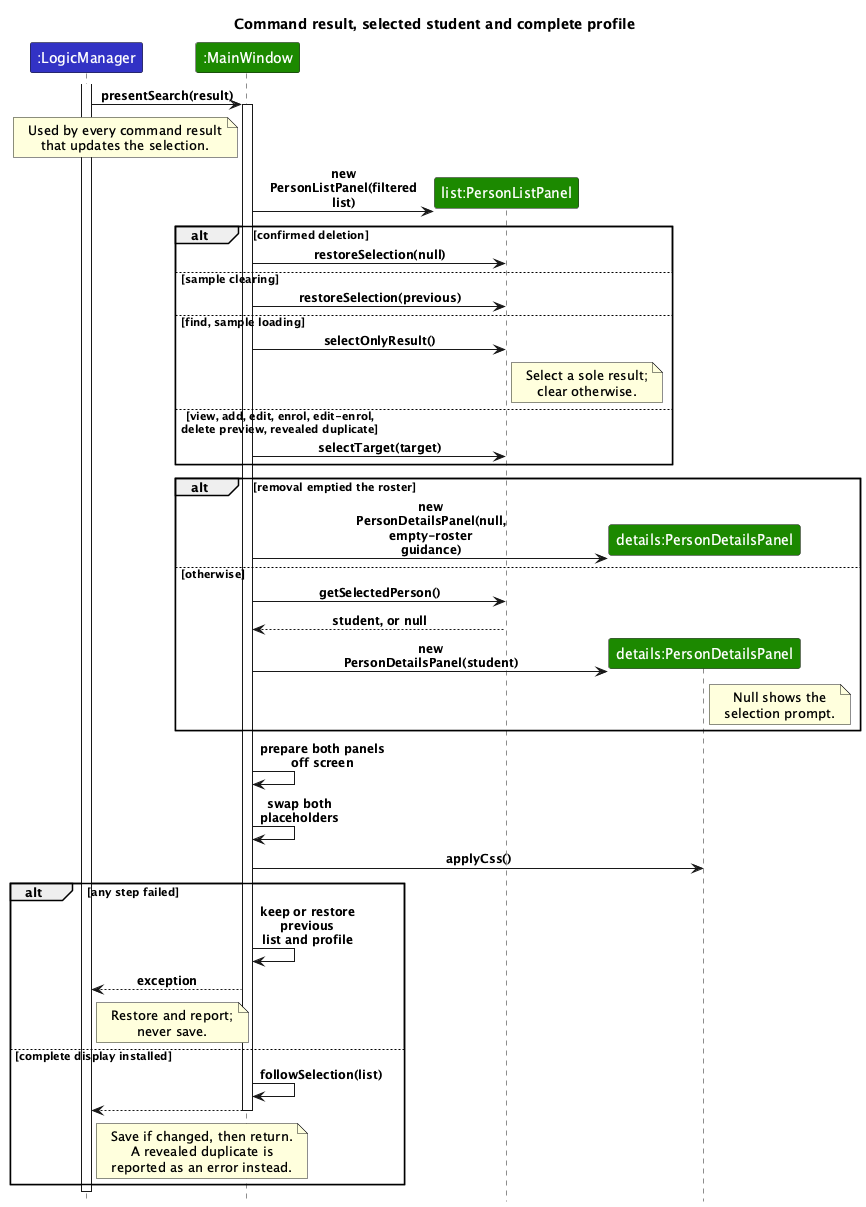
This is docs/images/ProfilePresentationSequenceDiagram.png from AY2627S1-CS2103T-W09-2/tp, a PlantUML export, as it was before one commit.
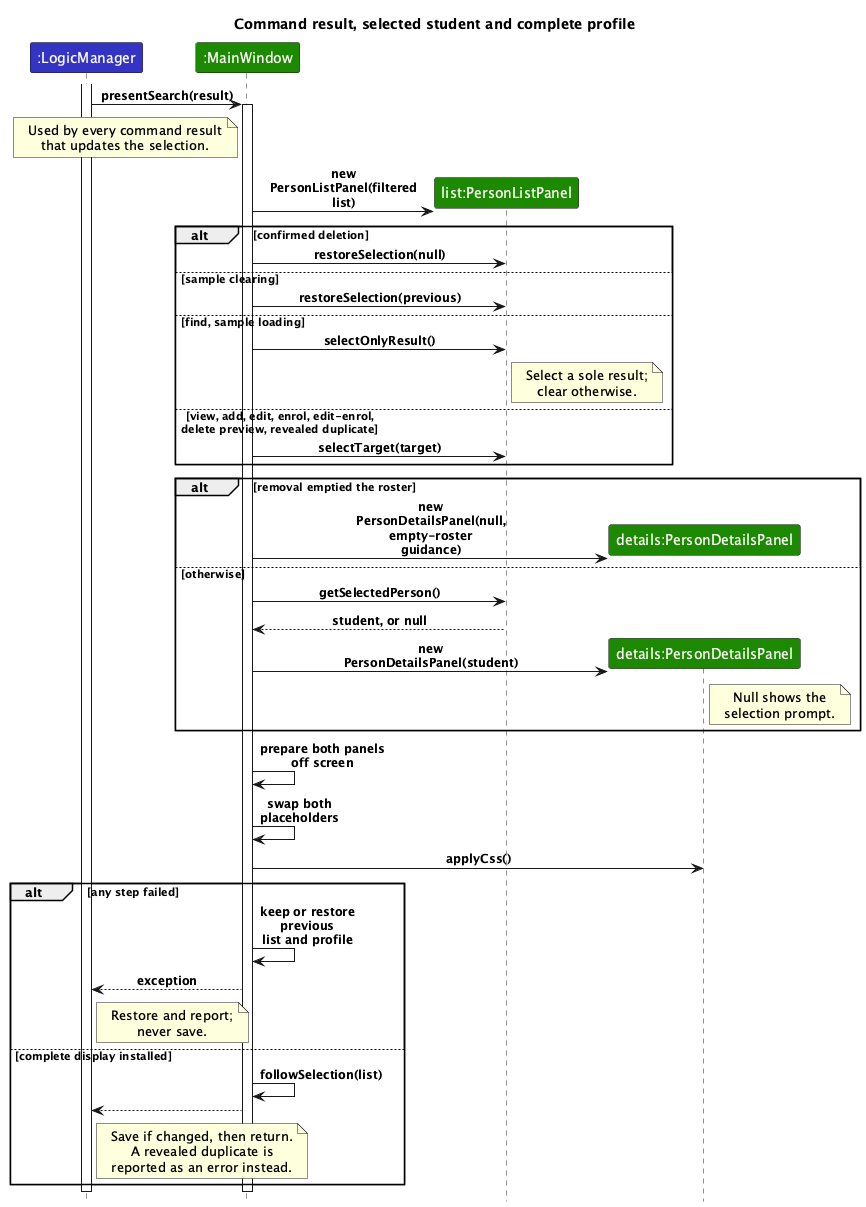
The same file after the commit.

Commit message:
End the MainWindow activation after both outcomes

The activation closed only in the success branch, so it ran through the
failure branch in the rendered diagram.

Refs #107

What changed in the source:
```diff
@@ -51,8 +51,8 @@
 else complete display installed
     window -> window : followSelection(list)
     window --> logic
-    deactivate window
     note right of logic : Save if changed, then return.\nA revealed duplicate is\nreported as an error instead.
 end
+deactivate window
 deactivate logic
 @enduml
```
